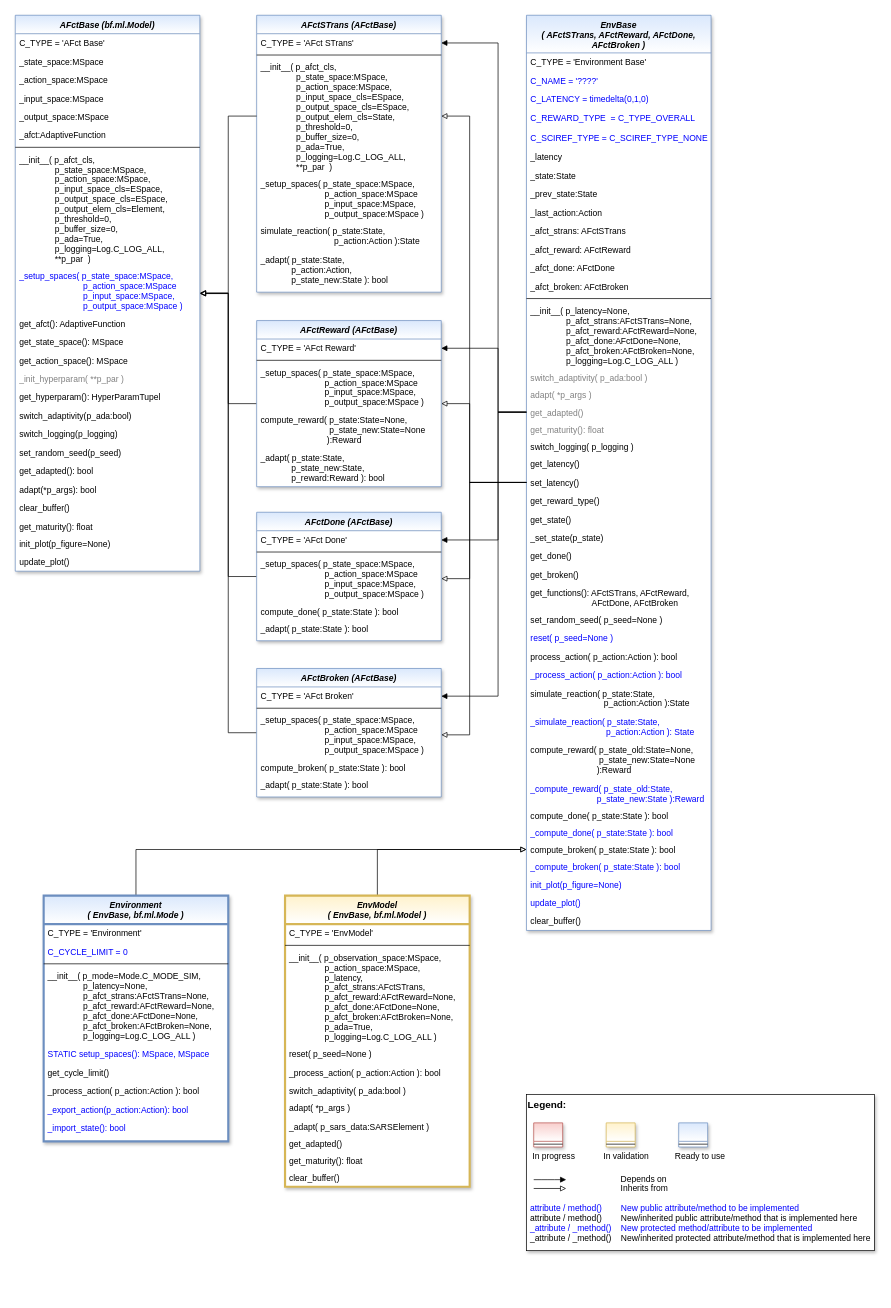
Before: doc/rtd/content/append2/core/images/rl/02_environments/MLPro-RL-Env_class_diagram.drawio in fhswf/MLPro, a draw.io diagram. Source tidied: cells renumbered, new cells numbered last; positions are measured from the earlier drawing's top-left corner, leaving out a move shared by most shapes. Both pictures are drawn from the tidied source at 71%, with x=0, y=0 at pixel (15, 15).
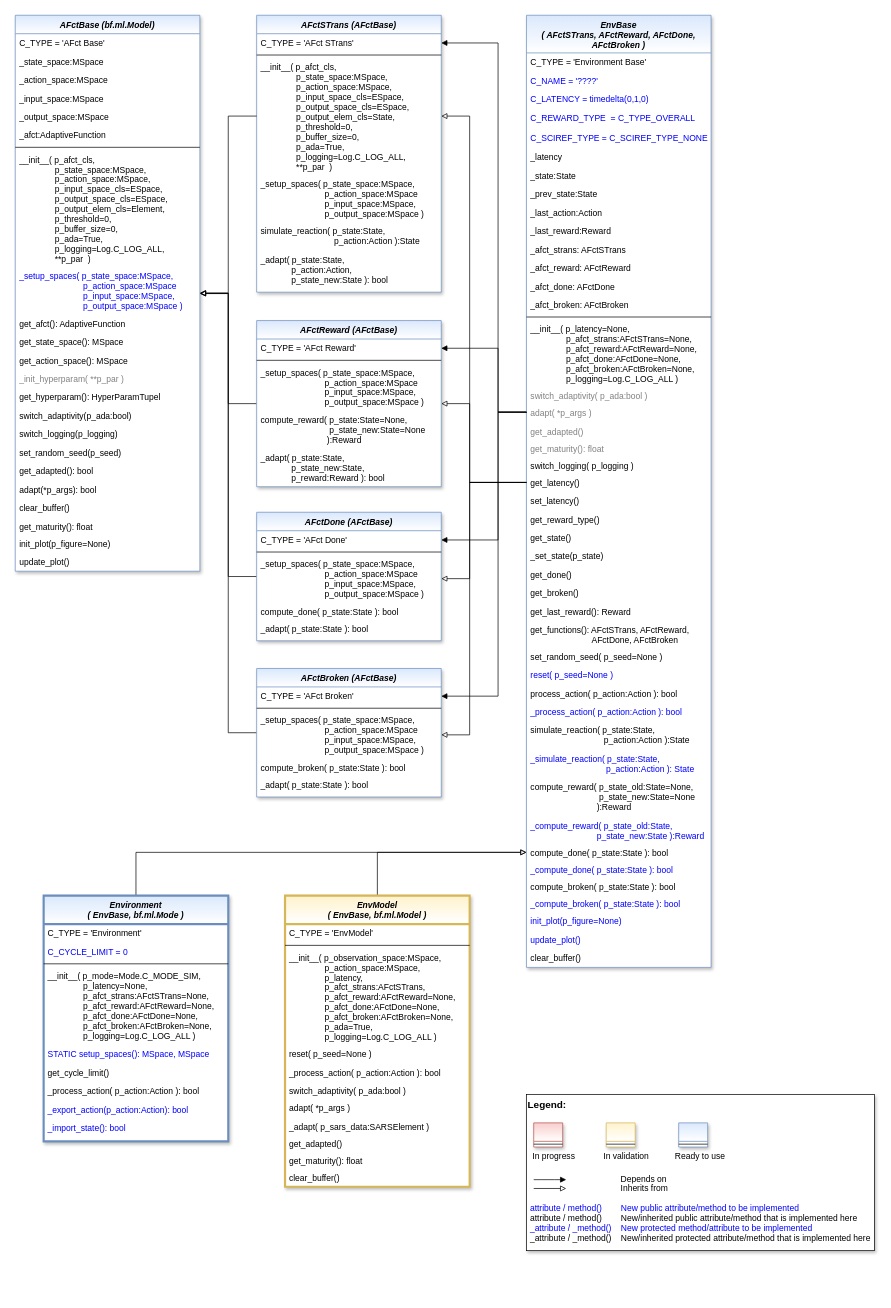
After the change.

Unchanged cells that the change refers to:
```xml
<mxCell id="3" value="Environment &#10;( EnvBase, bf.ml.Mode )" style="swimlane;fontStyle=3;align=center;verticalAlign=top;horizontal=1;startSize=40;rounded=0;shadow=1;strokeWidth=3;fillColor=#dae8fc;strokeColor=#6c8ebf;gradientColor=#ffffff;swimlaneFillColor=#ffffff;" parent="1" vertex="1">
  <mxGeometry x="40" y="1240" width="260" height="346" as="geometry" />
</mxCell>
<mxCell id="14" value="EnvModel &#10;( EnvBase, bf.ml.Model )" style="swimlane;fontStyle=3;align=center;verticalAlign=top;horizontal=1;startSize=40;rounded=0;shadow=1;strokeWidth=3;fillColor=#fff2cc;strokeColor=#d6b656;gradientColor=#ffffff;swimlaneFillColor=#ffffff;" parent="1" vertex="1">
  <mxGeometry x="380" y="1240" width="260" height="410" as="geometry" />
</mxCell>
<mxCell id="71" value="AFctReward (AFctBase)" style="swimlane;fontStyle=3;align=center;verticalAlign=top;horizontal=1;startSize=26;rounded=0;shadow=1;strokeWidth=1;fillColor=#dae8fc;strokeColor=#6c8ebf;gradientColor=#ffffff;swimlaneFillColor=#ffffff;" parent="1" vertex="1">
  <mxGeometry x="340" y="430" width="260" height="234" as="geometry" />
</mxCell>
<mxCell id="72" value="C_TYPE = 'AFct Reward'" style="text;align=left;verticalAlign=top;spacingLeft=4;spacingRight=4;overflow=hidden;points=[[0,0.5],[1,0.5]];portConstraint=eastwest;" parent="71" vertex="1">
  <mxGeometry y="26" width="260" height="26" as="geometry" />
</mxCell>
<mxCell id="79" value="C_TYPE = 'AFct Done'" style="text;align=left;verticalAlign=top;spacingLeft=4;spacingRight=4;overflow=hidden;points=[[0,0.5],[1,0.5]];portConstraint=eastwest;" parent="78" vertex="1">
  <mxGeometry y="26" width="260" height="26" as="geometry" />
</mxCell>
<mxCell id="81" value="_setup_spaces( p_state_space:MSpace,&#10;                           p_action_space:MSpace&#10;                           p_input_space:MSpace,&#10;                           p_output_space:MSpace )" style="text;align=left;verticalAlign=top;spacingLeft=4;spacingRight=4;overflow=hidden;points=[[0,0.5],[1,0.5]];portConstraint=eastwest;" parent="78" vertex="1">
  <mxGeometry y="60" width="260" height="67" as="geometry" />
</mxCell>
<mxCell id="86" value="C_TYPE = 'AFct Broken'" style="text;align=left;verticalAlign=top;spacingLeft=4;spacingRight=4;overflow=hidden;points=[[0,0.5],[1,0.5]];portConstraint=eastwest;" parent="85" vertex="1">
  <mxGeometry y="26" width="260" height="26" as="geometry" />
</mxCell>
<mxCell id="88" value="_setup_spaces( p_state_space:MSpace,&#10;                           p_action_space:MSpace&#10;                           p_input_space:MSpace,&#10;                           p_output_space:MSpace )" style="text;align=left;verticalAlign=top;spacingLeft=4;spacingRight=4;overflow=hidden;points=[[0,0.5],[1,0.5]];portConstraint=eastwest;" parent="85" vertex="1">
  <mxGeometry y="60" width="260" height="67" as="geometry" />
</mxCell>
<mxCell id="92" value="C_TYPE = 'AFct STrans'" style="text;align=left;verticalAlign=top;spacingLeft=4;spacingRight=4;overflow=hidden;points=[[0,0.5],[1,0.5]];portConstraint=eastwest;" parent="91" vertex="1">
  <mxGeometry y="26" width="260" height="26" as="geometry" />
</mxCell>
<mxCell id="94" value="__init__( p_afct_cls,&#10;               p_state_space:MSpace,&#10;               p_action_space:MSpace,&#10;               p_input_space_cls=ESpace,&#10;               p_output_space_cls=ESpace,&#10;               p_output_elem_cls=State,&#10;               p_threshold=0,&#10;               p_buffer_size=0,&#10;               p_ada=True, &#10;               p_logging=Log.C_LOG_ALL,&#10;               **p_par  )" style="text;align=left;verticalAlign=top;spacingLeft=4;spacingRight=4;overflow=hidden;points=[[0,0.5],[1,0.5]];portConstraint=eastwest;" parent="91" vertex="1">
  <mxGeometry y="60" width="260" height="164" as="geometry" />
</mxCell>
```

Change to the diagram source:
```diff
@@
-    <mxCell id="2" style="edgeStyle=orthogonalEdgeStyle;rounded=0;jettySize=auto;html=1;endArrow=block;endFill=0;exitX=0.5;exitY=0;exitDx=0;exitDy=0;entryX=0;entryY=0.5;entryDx=0;entryDy=0;" parent="1" edge="1" source="3" target="65">
+    <mxCell id="2" style="edgeStyle=orthogonalEdgeStyle;rounded=0;jettySize=auto;html=1;endArrow=block;endFill=0;exitX=0.5;exitY=0;exitDx=0;exitDy=0;entryX=0;entryY=0.5;entryDx=0;entryDy=0;" parent="1" edge="1" source="3" target="63">
       <mxGeometry relative="1" as="geometry" />
     </mxCell>
@@
-    <mxCell id="13" style="edgeStyle=orthogonalEdgeStyle;rounded=0;jettySize=auto;html=1;endArrow=block;endFill=0;entryX=0;entryY=0.5;entryDx=0;entryDy=0;" parent="1" edge="1" source="14" target="65">
+    <mxCell id="13" style="edgeStyle=orthogonalEdgeStyle;rounded=0;jettySize=auto;html=1;endArrow=block;endFill=0;entryX=0;entryY=0.5;entryDx=0;entryDy=0;" parent="1" edge="1" source="14" target="63">
       <mxGeometry relative="1" as="geometry" />
     </mxCell>
@@
     <mxCell id="26" value="EnvBase &#10;( AFctSTrans, AFctReward, AFctDone, &#10;AFctBroken )" style="swimlane;fontStyle=3;align=center;verticalAlign=top;horizontal=1;startSize=53;rounded=0;shadow=1;strokeWidth=1;fillColor=#dae8fc;strokeColor=#6c8ebf;gradientColor=#ffffff;swimlaneFillColor=#ffffff;" parent="1" vertex="1">
-      <mxGeometry x="720" width="260" height="1289" as="geometry" />
+      <mxGeometry x="720" width="260" height="1341" as="geometry" />
     </mxCell>
@@
+    <mxCell id="141" value="_last_reward:Reward" style="text;align=left;verticalAlign=top;spacingLeft=4;spacingRight=4;overflow=hidden;" parent="26" vertex="1">
+      <mxGeometry y="291" width="260" height="26" as="geometry" />
+    </mxCell>
     <mxCell id="36" value="_afct_strans: AFctSTrans" style="text;align=left;verticalAlign=top;spacingLeft=4;spacingRight=4;overflow=hidden;" parent="26" vertex="1">
-      <mxGeometry y="291" width="260" height="26" as="geometry" />
+      <mxGeometry y="317" width="260" height="26" as="geometry" />
     </mxCell>
     <mxCell id="37" value="_afct_reward: AFctReward" style="text;align=left;verticalAlign=top;spacingLeft=4;spacingRight=4;overflow=hidden;" parent="26" vertex="1">
-      <mxGeometry y="317" width="260" height="26" as="geometry" />
+      <mxGeometry y="343" width="260" height="26" as="geometry" />
     </mxCell>
     <mxCell id="38" value="_afct_done: AFctDone" style="text;align=left;verticalAlign=top;spacingLeft=4;spacingRight=4;overflow=hidden;" parent="26" vertex="1">
-      <mxGeometry y="343" width="260" height="26" as="geometry" />
+      <mxGeometry y="369" width="260" height="26" as="geometry" />
     </mxCell>
     <mxCell id="39" value="_afct_broken: AFctBroken" style="text;align=left;verticalAlign=top;spacingLeft=4;spacingRight=4;overflow=hidden;" parent="26" vertex="1">
-      <mxGeometry y="369" width="260" height="26" as="geometry" />
+      <mxGeometry y="395" width="260" height="26" as="geometry" />
     </mxCell>
     <mxCell id="40" style="line;html=1;strokeWidth=1;align=left;verticalAlign=middle;spacingTop=-1;spacingLeft=3;spacingRight=3;labelPosition=right;" parent="26" vertex="1">
-      <mxGeometry y="395" width="260" height="8" as="geometry" />
+      <mxGeometry y="421" width="260" height="8" as="geometry" />
     </mxCell>
     <mxCell id="41" value="__init__( p_latency=None, &#10;               p_afct_strans:AFctSTrans=None,&#10;               p_afct_reward:AFctReward=None,&#10;               p_afct_done:AFctDone=None,&#10;               p_afct_broken:AFctBroken=None,&#10;               p_logging=Log.C_LOG_ALL )" style="text;align=left;verticalAlign=top;spacingLeft=4;spacingRight=4;overflow=hidden;" parent="26" vertex="1">
-      <mxGeometry y="403" width="260" height="94" as="geometry" />
+      <mxGeometry y="429" width="260" height="94" as="geometry" />
     </mxCell>
     <mxCell id="42" value="switch_adaptivity( p_ada:bool )" style="text;align=left;verticalAlign=top;spacingLeft=4;spacingRight=4;overflow=hidden;fontColor=#808080;" parent="26" vertex="1">
-      <mxGeometry y="497" width="260" height="24" as="geometry" />
+      <mxGeometry y="523" width="260" height="24" as="geometry" />
     </mxCell>
     <mxCell id="43" value="adapt( *p_args )" style="text;align=left;verticalAlign=top;spacingLeft=4;spacingRight=4;overflow=hidden;points=[[0,0.5],[1,0.5]];portConstraint=eastwest;fontColor=#808080;" parent="26" vertex="1">
-      <mxGeometry y="521" width="260" height="26" as="geometry" />
+      <mxGeometry y="547" width="260" height="26" as="geometry" />
     </mxCell>
     <mxCell id="44" value="get_adapted()" style="text;align=left;verticalAlign=top;spacingLeft=4;spacingRight=4;overflow=hidden;points=[[0,0.5],[1,0.5]];portConstraint=eastwest;fontColor=#808080;" parent="26" vertex="1">
-      <mxGeometry y="547" width="260" height="24" as="geometry" />
+      <mxGeometry y="573" width="260" height="24" as="geometry" />
     </mxCell>
     <mxCell id="45" value="get_maturity(): float" style="text;align=left;verticalAlign=top;spacingLeft=4;spacingRight=4;overflow=hidden;fontColor=#808080;" parent="26" vertex="1">
-      <mxGeometry y="571" width="260" height="24" as="geometry" />
+      <mxGeometry y="597" width="260" height="24" as="geometry" />
     </mxCell>
     <mxCell id="46" value="switch_logging( p_logging )" style="text;align=left;verticalAlign=top;spacingLeft=4;spacingRight=4;overflow=hidden;" parent="26" vertex="1">
-      <mxGeometry y="595" width="260" height="24" as="geometry" />
+      <mxGeometry y="621" width="260" height="24" as="geometry" />
     </mxCell>
     <mxCell id="47" value="get_latency()" style="text;align=left;verticalAlign=top;spacingLeft=4;spacingRight=4;overflow=hidden;points=[[0,0.5],[1,0.5]];portConstraint=eastwest;" parent="26" vertex="1">
-      <mxGeometry y="619" width="260" height="26" as="geometry" />
+      <mxGeometry y="645" width="260" height="26" as="geometry" />
     </mxCell>
     <mxCell id="48" value="set_latency()" style="text;align=left;verticalAlign=top;spacingLeft=4;spacingRight=4;overflow=hidden;points=[[0,0.5],[1,0.5]];portConstraint=eastwest;" parent="26" vertex="1">
-      <mxGeometry y="645" width="260" height="26" as="geometry" />
+      <mxGeometry y="671" width="260" height="26" as="geometry" />
     </mxCell>
     <mxCell id="49" value="get_reward_type()" style="text;align=left;verticalAlign=top;spacingLeft=4;spacingRight=4;overflow=hidden;" parent="26" vertex="1">
-      <mxGeometry y="671" width="260" height="26" as="geometry" />
+      <mxGeometry y="697" width="260" height="26" as="geometry" />
     </mxCell>
     <mxCell id="50" value="get_state()" style="text;align=left;verticalAlign=top;spacingLeft=4;spacingRight=4;overflow=hidden;" parent="26" vertex="1">
-      <mxGeometry y="697" width="260" height="26" as="geometry" />
+      <mxGeometry y="723" width="260" height="26" as="geometry" />
     </mxCell>
     <mxCell id="51" value="_set_state(p_state)" style="text;align=left;verticalAlign=top;spacingLeft=4;spacingRight=4;overflow=hidden;" parent="26" vertex="1">
-      <mxGeometry y="723" width="260" height="26" as="geometry" />
+      <mxGeometry y="749" width="260" height="26" as="geometry" />
     </mxCell>
     <mxCell id="52" value="get_done()" style="text;align=left;verticalAlign=top;spacingLeft=4;spacingRight=4;overflow=hidden;" parent="26" vertex="1">
-      <mxGeometry y="749" width="260" height="26" as="geometry" />
+      <mxGeometry y="775" width="260" height="26" as="geometry" />
     </mxCell>
     <mxCell id="53" value="get_broken()" style="text;align=left;verticalAlign=top;spacingLeft=4;spacingRight=4;overflow=hidden;" parent="26" vertex="1">
-      <mxGeometry y="775" width="260" height="26" as="geometry" />
+      <mxGeometry y="801" width="260" height="26" as="geometry" />
     </mxCell>
+    <mxCell id="142" value="get_last_reward(): Reward" style="text;align=left;verticalAlign=top;spacingLeft=4;spacingRight=4;overflow=hidden;" parent="26" vertex="1">
+      <mxGeometry y="827" width="260" height="26" as="geometry" />
+    </mxCell>
     <mxCell id="54" value="get_functions(): AFctSTrans, AFctReward,&#10;                          AFctDone, AFctBroken" style="text;align=left;verticalAlign=top;spacingLeft=4;spacingRight=4;overflow=hidden;" parent="26" vertex="1">
-      <mxGeometry y="801" width="260" height="37" as="geometry" />
+      <mxGeometry y="853" width="260" height="37" as="geometry" />
     </mxCell>
     <mxCell id="55" value="set_random_seed( p_seed=None )" style="text;align=left;verticalAlign=top;spacingLeft=4;spacingRight=4;overflow=hidden;" parent="26" vertex="1">
-      <mxGeometry y="838" width="260" height="26" as="geometry" />
+      <mxGeometry y="890" width="260" height="26" as="geometry" />
     </mxCell>
     <mxCell id="56" value="reset( p_seed=None )" style="text;align=left;verticalAlign=top;spacingLeft=4;spacingRight=4;overflow=hidden;fontColor=#0000FF;" parent="26" vertex="1">
-      <mxGeometry y="864" width="260" height="26" as="geometry" />
+      <mxGeometry y="916" width="260" height="26" as="geometry" />
     </mxCell>
     <mxCell id="57" value="process_action( p_action:Action ): bool" style="text;align=left;verticalAlign=top;spacingLeft=4;spacingRight=4;overflow=hidden;" parent="26" vertex="1">
-      <mxGeometry y="890" width="260" height="26" as="geometry" />
+      <mxGeometry y="942" width="260" height="26" as="geometry" />
     </mxCell>
     <mxCell id="58" value="_process_action( p_action:Action ): bool" style="text;align=left;verticalAlign=top;spacingLeft=4;spacingRight=4;overflow=hidden;fontColor=#0000FF;" parent="26" vertex="1">
-      <mxGeometry y="916" width="260" height="26" as="geometry" />
+      <mxGeometry y="968" width="260" height="26" as="geometry" />
     </mxCell>
     <mxCell id="59" value="simulate_reaction( p_state:State, &#10;                               p_action:Action ):State" style="text;align=left;verticalAlign=top;spacingLeft=4;spacingRight=4;overflow=hidden;" parent="26" vertex="1">
-      <mxGeometry y="942" width="260" height="40" as="geometry" />
+      <mxGeometry y="994" width="260" height="40" as="geometry" />
     </mxCell>
     <mxCell id="60" value="_simulate_reaction( p_state:State, &#10;                                p_action:Action ): State" style="text;align=left;verticalAlign=top;spacingLeft=4;spacingRight=4;overflow=hidden;fontColor=#0000FF;" parent="26" vertex="1">
-      <mxGeometry y="982" width="260" height="40" as="geometry" />
+      <mxGeometry y="1034" width="260" height="40" as="geometry" />
     </mxCell>
     <mxCell id="61" value="compute_reward( p_state_old:State=None,&#10;                             p_state_new:State=None&#10;                            ):Reward" style="text;align=left;verticalAlign=top;spacingLeft=4;spacingRight=4;overflow=hidden;" parent="26" vertex="1">
-      <mxGeometry y="1022" width="260" height="54" as="geometry" />
+      <mxGeometry y="1074" width="260" height="54" as="geometry" />
     </mxCell>
     <mxCell id="62" value="_compute_reward( p_state_old:State,&#10;                            p_state_new:State ):Reward" style="text;align=left;verticalAlign=top;spacingLeft=4;spacingRight=4;overflow=hidden;fontColor=#0000FF;" parent="26" vertex="1">
-      <mxGeometry y="1076" width="260" height="39" as="geometry" />
+      <mxGeometry y="1128" width="260" height="39" as="geometry" />
     </mxCell>
     <mxCell id="63" value="compute_done( p_state:State ): bool" style="text;align=left;verticalAlign=top;spacingLeft=4;spacingRight=4;overflow=hidden;points=[[0,0.5],[1,0.5]];portConstraint=eastwest;" parent="26" vertex="1">
-      <mxGeometry y="1115" width="260" height="24" as="geometry" />
+      <mxGeometry y="1167" width="260" height="24" as="geometry" />
     </mxCell>
     <mxCell id="64" value="_compute_done( p_state:State ): bool" style="text;align=left;verticalAlign=top;spacingLeft=4;spacingRight=4;overflow=hidden;fontColor=#0000FF;" parent="26" vertex="1">
-      <mxGeometry y="1139" width="260" height="24" as="geometry" />
+      <mxGeometry y="1191" width="260" height="24" as="geometry" />
     </mxCell>
     <mxCell id="65" value="compute_broken( p_state:State ): bool" style="text;align=left;verticalAlign=top;spacingLeft=4;spacingRight=4;overflow=hidden;points=[[0,0.5],[1,0.5]];portConstraint=eastwest;" parent="26" vertex="1">
-      <mxGeometry y="1163" width="260" height="24" as="geometry" />
+      <mxGeometry y="1215" width="260" height="24" as="geometry" />
     </mxCell>
     <mxCell id="66" value="_compute_broken( p_state:State ): bool" style="text;align=left;verticalAlign=top;spacingLeft=4;spacingRight=4;overflow=hidden;fontColor=#0000FF;" parent="26" vertex="1">
-      <mxGeometry y="1187" width="260" height="24" as="geometry" />
+      <mxGeometry y="1239" width="260" height="24" as="geometry" />
     </mxCell>
     <mxCell id="67" value="init_plot(p_figure=None)" style="text;align=left;verticalAlign=top;spacingLeft=4;spacingRight=4;overflow=hidden;fontColor=#0000FF;" parent="26" vertex="1">
-      <mxGeometry y="1211" width="260" height="26" as="geometry" />
+      <mxGeometry y="1263" width="260" height="26" as="geometry" />
     </mxCell>
     <mxCell id="68" value="update_plot()" style="text;align=left;verticalAlign=top;spacingLeft=4;spacingRight=4;overflow=hidden;fontColor=#0000FF;" parent="26" vertex="1">
-      <mxGeometry y="1237" width="260" height="26" as="geometry" />
+      <mxGeometry y="1289" width="260" height="26" as="geometry" />
     </mxCell>
     <mxCell id="69" value="clear_buffer()" style="text;align=left;verticalAlign=top;spacingLeft=4;spacingRight=4;overflow=hidden;" parent="26" vertex="1">
-      <mxGeometry y="1263" width="260" height="26" as="geometry" />
+      <mxGeometry y="1315" width="260" height="26" as="geometry" />
     </mxCell>
@@
-    <mxCell id="133" style="edgeStyle=orthogonalEdgeStyle;rounded=0;jettySize=auto;html=1;endArrow=block;endFill=0;entryX=1;entryY=0.5;entryDx=0;entryDy=0;" parent="1" edge="1" source="48" target="94">
+    <mxCell id="133" style="edgeStyle=orthogonalEdgeStyle;rounded=0;jettySize=auto;html=1;endArrow=block;endFill=0;entryX=1;entryY=0.5;entryDx=0;entryDy=0;" parent="1" edge="1" target="94">
       <mxGeometry relative="1" as="geometry">
+        <mxPoint x="720" y="658" as="sourcePoint" />
         <Array as="points">
           <mxPoint x="640" y="658" />
           <mxPoint x="640" y="142" />
         </Array>
       </mxGeometry>
     </mxCell>
-    <mxCell id="134" style="edgeStyle=orthogonalEdgeStyle;rounded=0;jettySize=auto;html=1;endArrow=block;endFill=0;" parent="1" edge="1" source="48" target="71">
+    <mxCell id="134" style="edgeStyle=orthogonalEdgeStyle;rounded=0;jettySize=auto;html=1;endArrow=block;endFill=0;exitX=0;exitY=0.5;exitDx=0;exitDy=0;" parent="1" edge="1" source="47" target="71">
       <mxGeometry relative="1" as="geometry">
         <Array as="points">
           <mxPoint x="640" y="658" />
           <mxPoint x="640" y="547" />
         </Array>
       </mxGeometry>
     </mxCell>
-    <mxCell id="135" style="edgeStyle=orthogonalEdgeStyle;rounded=0;jettySize=auto;html=1;entryX=1;entryY=0.5;entryDx=0;entryDy=0;endArrow=block;endFill=0;" parent="1" edge="1" source="48" target="81">
+    <mxCell id="135" style="edgeStyle=orthogonalEdgeStyle;rounded=0;jettySize=auto;html=1;entryX=1;entryY=0.5;entryDx=0;entryDy=0;endArrow=block;endFill=0;" parent="1" edge="1" target="81">
       <mxGeometry relative="1" as="geometry">
+        <mxPoint x="720" y="658" as="sourcePoint" />
         <Array as="points">
           <mxPoint x="640" y="658" />
           <mxPoint x="640" y="794" />
         </Array>
       </mxGeometry>
     </mxCell>
-    <mxCell id="136" style="edgeStyle=orthogonalEdgeStyle;rounded=0;jettySize=auto;html=1;entryX=1;entryY=0.5;entryDx=0;entryDy=0;endArrow=block;endFill=0;" parent="1" edge="1" source="48" target="88">
+    <mxCell id="136" style="edgeStyle=orthogonalEdgeStyle;rounded=0;jettySize=auto;html=1;entryX=1;entryY=0.5;entryDx=0;entryDy=0;endArrow=block;endFill=0;" parent="1" edge="1" target="88">
       <mxGeometry relative="1" as="geometry">
+        <mxPoint x="720" y="658" as="sourcePoint" />
         <Array as="points">
           <mxPoint x="640" y="658" />
           <mxPoint x="640" y="1014" />
         </Array>
       </mxGeometry>
     </mxCell>
-    <mxCell id="137" style="edgeStyle=orthogonalEdgeStyle;rounded=0;jettySize=auto;html=1;entryX=1;entryY=0.5;entryDx=0;entryDy=0;endArrow=block;endFill=1;" parent="1" edge="1" source="44" target="92">
+    <mxCell id="137" style="edgeStyle=orthogonalEdgeStyle;rounded=0;jettySize=auto;html=1;entryX=1;entryY=0.5;entryDx=0;entryDy=0;endArrow=block;endFill=1;" parent="1" edge="1" target="92">
       <mxGeometry relative="1" as="geometry">
+        <mxPoint x="720" y="559" as="sourcePoint" />
         <Array as="points">
           <mxPoint x="680" y="559" />
           <mxPoint x="680" y="39" />
         </Array>
       </mxGeometry>
     </mxCell>
-    <mxCell id="138" style="edgeStyle=orthogonalEdgeStyle;rounded=0;jettySize=auto;html=1;entryX=1;entryY=0.5;entryDx=0;entryDy=0;endArrow=block;endFill=1;" parent="1" edge="1" source="44" target="72">
+    <mxCell id="138" style="edgeStyle=orthogonalEdgeStyle;rounded=0;jettySize=auto;html=1;entryX=1;entryY=0.5;entryDx=0;entryDy=0;endArrow=block;endFill=1;exitX=0;exitY=0.5;exitDx=0;exitDy=0;" parent="1" edge="1" source="43" target="72">
       <mxGeometry relative="1" as="geometry">
         <Array as="points">
+          <mxPoint x="720" y="559" />
           <mxPoint x="680" y="559" />
           <mxPoint x="680" y="469" />
         </Array>
       </mxGeometry>
     </mxCell>
-    <mxCell id="139" style="edgeStyle=orthogonalEdgeStyle;rounded=0;jettySize=auto;html=1;entryX=1;entryY=0.5;entryDx=0;entryDy=0;endArrow=block;endFill=1;" parent="1" edge="1" source="44" target="79">
+    <mxCell id="139" style="edgeStyle=orthogonalEdgeStyle;rounded=0;jettySize=auto;html=1;entryX=1;entryY=0.5;entryDx=0;entryDy=0;endArrow=block;endFill=1;" parent="1" edge="1" target="79">
       <mxGeometry relative="1" as="geometry">
+        <mxPoint x="720" y="559" as="sourcePoint" />
         <Array as="points">
           <mxPoint x="680" y="559" />
           <mxPoint x="680" y="739" />
         </Array>
       </mxGeometry>
     </mxCell>
-    <mxCell id="140" style="edgeStyle=orthogonalEdgeStyle;rounded=0;jettySize=auto;html=1;entryX=1;entryY=0.5;entryDx=0;entryDy=0;endArrow=block;endFill=1;" parent="1" edge="1" source="44" target="86">
+    <mxCell id="140" style="edgeStyle=orthogonalEdgeStyle;rounded=0;jettySize=auto;html=1;entryX=1;entryY=0.5;entryDx=0;entryDy=0;endArrow=block;endFill=1;" parent="1" edge="1" target="86">
       <mxGeometry relative="1" as="geometry">
+        <mxPoint x="720" y="559" as="sourcePoint" />
         <Array as="points">
           <mxPoint x="680" y="559" />
           <mxPoint x="680" y="959" />
         </Array>
       </mxGeometry>
     </mxCell>
```
